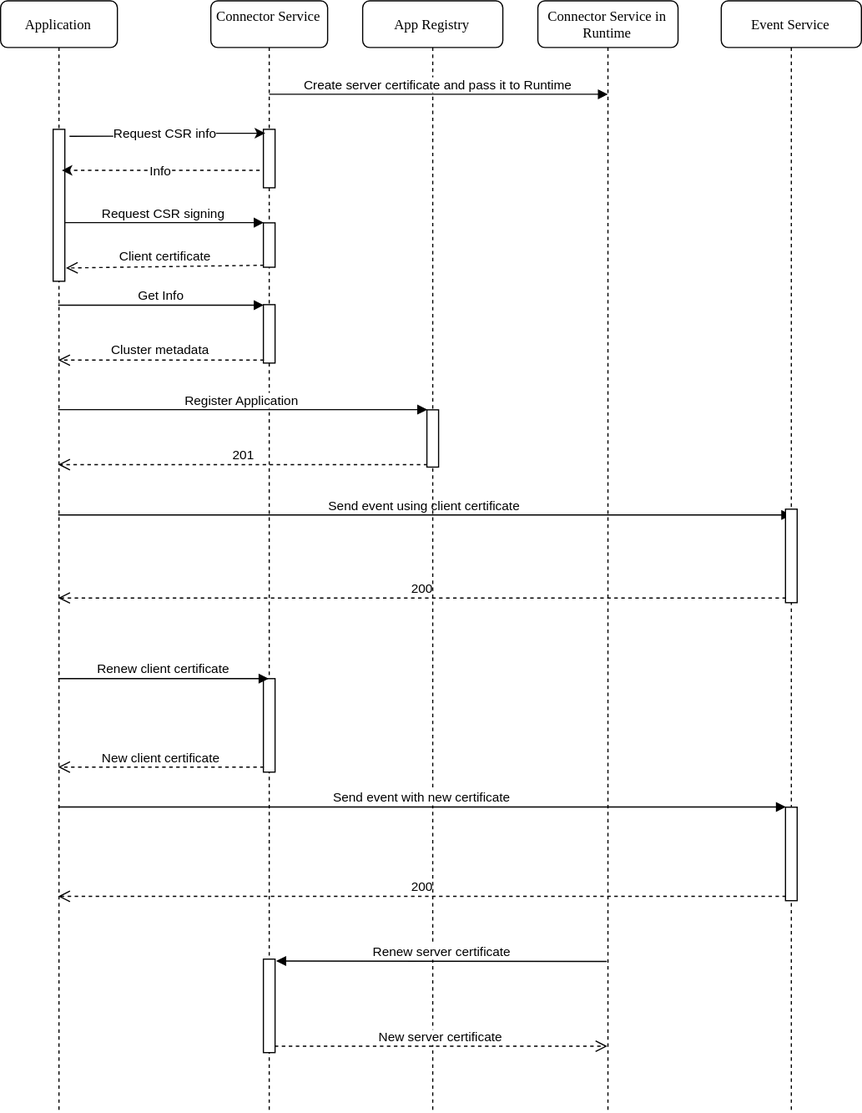
The draw.io diagram sig-and-wg/sig-core/proposals/assets/connector-service-flow.svg in kyma-project/community, before a commit. Source tidied: cells renumbered, new cells last; positions are measured from the earlier drawing's top-left corner, leaving out a move shared by most shapes.
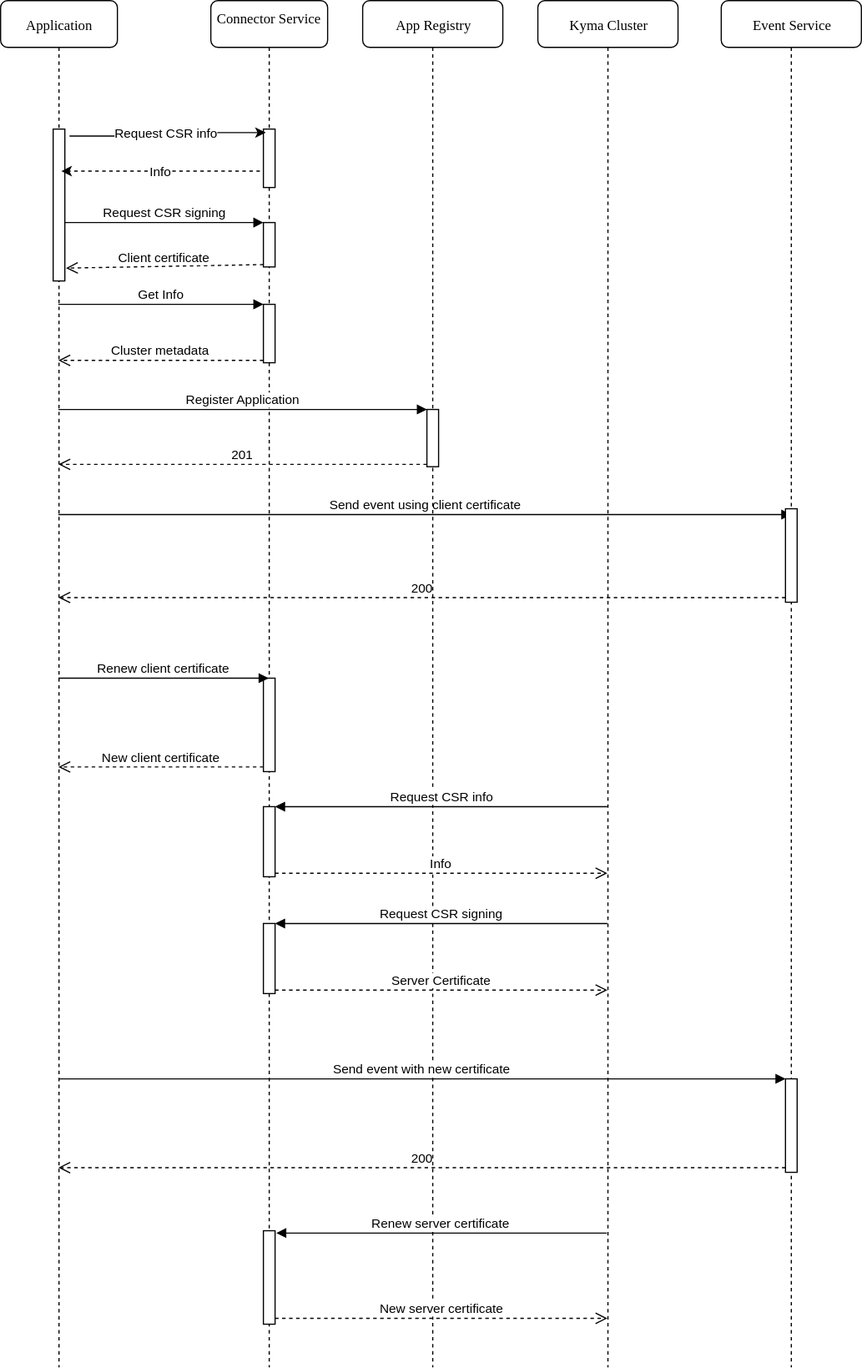
Later version of the same file.

Commit message:
Two-phase connector service

Change to the diagram source:
```diff
@@ -2,17 +2,17 @@
   <root>
     <mxCell id="0" />
     <mxCell id="1" parent="0" />
-    <mxCell id="2" value="Connector Service in Runtime&lt;br&gt;" style="shape=umlLifeline;perimeter=lifelinePerimeter;whiteSpace=wrap;html=1;outlineConnect=0;rounded=1;shadow=0;comic=0;labelBackgroundColor=none;strokeColor=#000000;strokeWidth=1;fillColor=#FFFFFF;fontFamily=Verdana;fontSize=12;fontColor=#000000;align=center;" parent="1" vertex="1">
-      <mxGeometry x="460" width="120" height="950" as="geometry" />
+    <mxCell id="2" value="Kyma Cluster&lt;br&gt;" style="shape=umlLifeline;perimeter=lifelinePerimeter;whiteSpace=wrap;html=1;outlineConnect=0;rounded=1;shadow=0;comic=0;labelBackgroundColor=none;strokeColor=#000000;strokeWidth=1;fillColor=#FFFFFF;fontFamily=Verdana;fontSize=12;fontColor=#000000;align=center;" parent="1" vertex="1">
+      <mxGeometry x="460" width="120" height="1170" as="geometry" />
     </mxCell>
     <mxCell id="3" value="Application" style="shape=umlLifeline;perimeter=lifelinePerimeter;whiteSpace=wrap;html=1;outlineConnect=0;rounded=1;shadow=0;comic=0;labelBackgroundColor=none;strokeColor=#000000;strokeWidth=1;fillColor=#FFFFFF;fontFamily=Verdana;fontSize=12;fontColor=#000000;align=center;" parent="1" vertex="1">
-      <mxGeometry width="100" height="950" as="geometry" />
+      <mxGeometry width="100" height="1170" as="geometry" />
     </mxCell>
     <mxCell id="4" style="html=1;points=[];perimeter=orthogonalPerimeter;rounded=0;shadow=0;comic=0;labelBackgroundColor=none;strokeColor=#000000;strokeWidth=1;fillColor=#FFFFFF;fontFamily=Verdana;fontSize=12;fontColor=#000000;align=center;" parent="3" vertex="1">
       <mxGeometry x="45" y="110" width="10" height="130" as="geometry" />
     </mxCell>
     <mxCell id="5" value="Connector Service" style="shape=umlLifeline;perimeter=lifelinePerimeter;whiteSpace=wrap;html=1;outlineConnect=0;rounded=1;shadow=0;comic=0;labelBackgroundColor=none;strokeColor=#000000;strokeWidth=1;fillColor=#FFFFFF;fontFamily=Verdana;fontSize=12;fontColor=#000000;align=center;" parent="1" vertex="1">
-      <mxGeometry x="180" width="100" height="950" as="geometry" />
+      <mxGeometry x="180" width="100" height="1170" as="geometry" />
     </mxCell>
     <mxCell id="6" style="html=1;points=[];perimeter=orthogonalPerimeter;" parent="5" vertex="1">
       <mxGeometry x="45" y="190" width="10" height="38" as="geometry" />
@@ -24,8 +24,14 @@
       <mxGeometry x="45" y="580" width="10" height="80" as="geometry" />
     </mxCell>
     <mxCell id="9" style="html=1;points=[];perimeter=orthogonalPerimeter;" parent="5" vertex="1">
-      <mxGeometry x="45" y="820" width="10" height="80" as="geometry" />
+      <mxGeometry x="45" y="1053" width="10" height="80" as="geometry" />
     </mxCell>
+    <mxCell id="33" style="html=1;points=[];perimeter=orthogonalPerimeter;" parent="5" vertex="1">
+      <mxGeometry x="45" y="690" width="10" height="60" as="geometry" />
+    </mxCell>
+    <mxCell id="34" style="html=1;points=[];perimeter=orthogonalPerimeter;" parent="5" vertex="1">
+      <mxGeometry x="45" y="790" width="10" height="60" as="geometry" />
+    </mxCell>
     <mxCell id="10" style="html=1;points=[];perimeter=orthogonalPerimeter;rounded=0;shadow=0;comic=0;labelBackgroundColor=none;strokeColor=#000000;strokeWidth=1;fillColor=#FFFFFF;fontFamily=Verdana;fontSize=12;fontColor=#000000;align=center;" parent="1" vertex="1">
       <mxGeometry x="225" y="110" width="10" height="50" as="geometry" />
     </mxCell>
@@ -71,19 +77,19 @@
       <mxGeometry relative="1" as="geometry" />
     </mxCell>
     <mxCell id="21" value="App Registry&lt;br&gt;" style="shape=umlLifeline;perimeter=lifelinePerimeter;whiteSpace=wrap;html=1;rounded=1;shadow=0;comic=0;labelBackgroundColor=none;strokeColor=#000000;strokeWidth=1;fillColor=#FFFFFF;fontFamily=Verdana;fontSize=12;fontColor=#000000;align=center;" parent="1" vertex="1">
-      <mxGeometry x="310" width="120" height="950" as="geometry" />
+      <mxGeometry x="310" width="120" height="1170" as="geometry" />
     </mxCell>
     <mxCell id="22" style="html=1;points=[];perimeter=orthogonalPerimeter;" parent="21" vertex="1">
       <mxGeometry x="55" y="350" width="10" height="49" as="geometry" />
     </mxCell>
     <mxCell id="23" value="Event Service&lt;br&gt;" style="shape=umlLifeline;perimeter=lifelinePerimeter;whiteSpace=wrap;html=1;rounded=1;shadow=0;comic=0;labelBackgroundColor=none;strokeColor=#000000;strokeWidth=1;fillColor=#FFFFFF;fontFamily=Verdana;fontSize=12;fontColor=#000000;align=center;" parent="1" vertex="1">
-      <mxGeometry x="617" width="120" height="950" as="geometry" />
+      <mxGeometry x="617" width="120" height="1170" as="geometry" />
     </mxCell>
     <mxCell id="24" style="html=1;points=[];perimeter=orthogonalPerimeter;" parent="23" vertex="1">
       <mxGeometry x="55" y="435" width="10" height="80" as="geometry" />
     </mxCell>
     <mxCell id="25" style="html=1;points=[];perimeter=orthogonalPerimeter;" parent="23" vertex="1">
-      <mxGeometry x="55" y="690" width="10" height="80" as="geometry" />
+      <mxGeometry x="55" y="923" width="10" height="80" as="geometry" />
     </mxCell>
     <mxCell id="26" value="Renew client certificate" style="html=1;verticalAlign=bottom;endArrow=block;" parent="1" edge="1" source="3" target="5">
       <mxGeometry relative="1" as="geometry">
@@ -95,25 +101,37 @@
     <mxCell id="27" value="New client certificate" style="html=1;verticalAlign=bottom;endArrow=open;dashed=1;endSize=8;exitX=0;exitY=0.95;" parent="1" edge="1" source="8" target="3">
       <mxGeometry relative="1" as="geometry" />
     </mxCell>
-    <mxCell id="28" value="Send event with new certificate" style="html=1;verticalAlign=bottom;endArrow=block;entryX=0;entryY=0;" parent="1" edge="1" source="3" target="25">
-      <mxGeometry relative="1" as="geometry" />
+    <mxCell id="28" value="Send event with new certificate" style="html=1;verticalAlign=bottom;endArrow=block;entryX=0;entryY=0;" parent="1" edge="1" target="25">
+      <mxGeometry relative="1" as="geometry">
+        <mxPoint x="49.5" y="923" as="sourcePoint" />
+      </mxGeometry>
     </mxCell>
-    <mxCell id="29" value="200" style="html=1;verticalAlign=bottom;endArrow=open;dashed=1;endSize=8;exitX=0;exitY=0.95;" parent="1" edge="1" source="25" target="3">
-      <mxGeometry relative="1" as="geometry" />
+    <mxCell id="29" value="200" style="html=1;verticalAlign=bottom;endArrow=open;dashed=1;endSize=8;exitX=0;exitY=0.95;" parent="1" edge="1" source="25">
+      <mxGeometry relative="1" as="geometry">
+        <mxPoint x="49.5" y="999" as="targetPoint" />
+      </mxGeometry>
     </mxCell>
-    <mxCell id="30" value="Create server certificate and pass it to Runtime&lt;br&gt;" style="html=1;verticalAlign=bottom;endArrow=block;" parent="1" edge="1">
-      <mxGeometry relative="1" as="geometry">
-        <mxPoint x="230" y="80" as="sourcePoint" />
-        <mxPoint x="520" y="80" as="targetPoint" />
-      </mxGeometry>
-    </mxCell>
-    <mxCell id="31" value="New server certificate" style="html=1;verticalAlign=bottom;endArrow=open;exitX=0.98;exitY=0.935;exitPerimeter=0;dashed=1;endSize=8;" parent="1" edge="1" source="9" target="2">
-      <mxGeometry relative="1" as="geometry" />
+    <mxCell id="31" value="New server certificate" style="html=1;verticalAlign=bottom;endArrow=open;exitX=0.98;exitY=0.935;exitPerimeter=0;dashed=1;endSize=8;" parent="1" edge="1" source="9">
+      <mxGeometry relative="1" as="geometry">
+        <mxPoint x="519.5" y="1128" as="targetPoint" />
+      </mxGeometry>
     </mxCell>
     <mxCell id="32" value="Renew server certificate" style="html=1;verticalAlign=bottom;endArrow=block;entryX=1.061;entryY=0.026;entryPerimeter=0;" parent="1" edge="1" target="9">
       <mxGeometry relative="1" as="geometry">
-        <mxPoint x="519" y="822" as="sourcePoint" />
+        <mxPoint x="519" y="1055" as="sourcePoint" />
       </mxGeometry>
     </mxCell>
+    <mxCell id="35" value="Request CSR info&lt;br&gt;" style="html=1;verticalAlign=bottom;endArrow=block;entryX=1;entryY=0;" parent="1" edge="1" source="2" target="33">
+      <mxGeometry relative="1" as="geometry" />
+    </mxCell>
+    <mxCell id="36" value="Info" style="html=1;verticalAlign=bottom;endArrow=open;dashed=1;endSize=8;exitX=1;exitY=0.95;" parent="1" edge="1" source="33" target="2">
+      <mxGeometry relative="1" as="geometry" />
+    </mxCell>
+    <mxCell id="37" value="Request CSR signing" style="html=1;verticalAlign=bottom;endArrow=block;entryX=1;entryY=0;" parent="1" edge="1" source="2" target="34">
+      <mxGeometry relative="1" as="geometry" />
+    </mxCell>
+    <mxCell id="38" value="Server Certificate" style="html=1;verticalAlign=bottom;endArrow=open;dashed=1;endSize=8;exitX=1;exitY=0.95;" parent="1" edge="1" source="34" target="2">
+      <mxGeometry relative="1" as="geometry" />
+    </mxCell>
   </root>
 </mxGraphModel>
```
